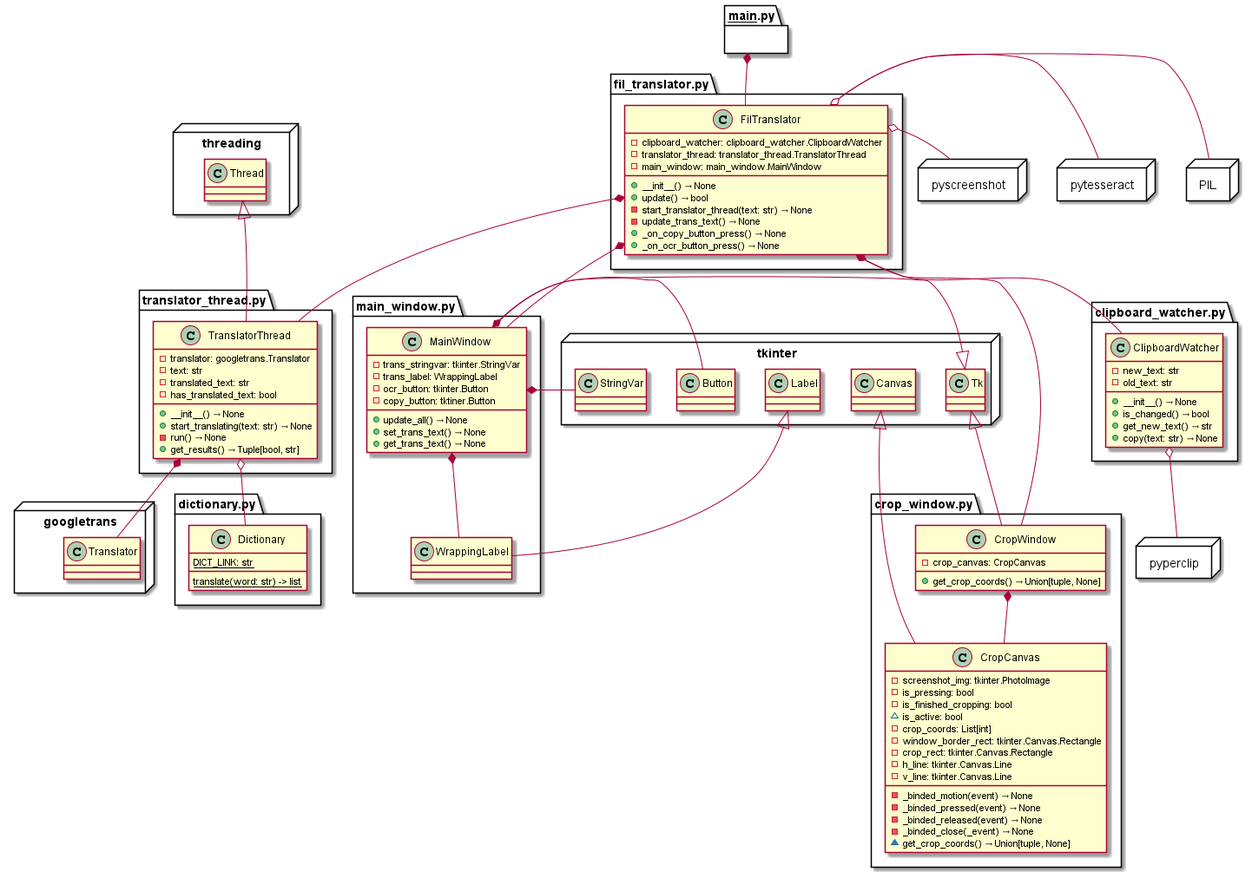
Above: UMLDiagram.png in NoodleSushi/FilTranslator (PlantUML), before the change.
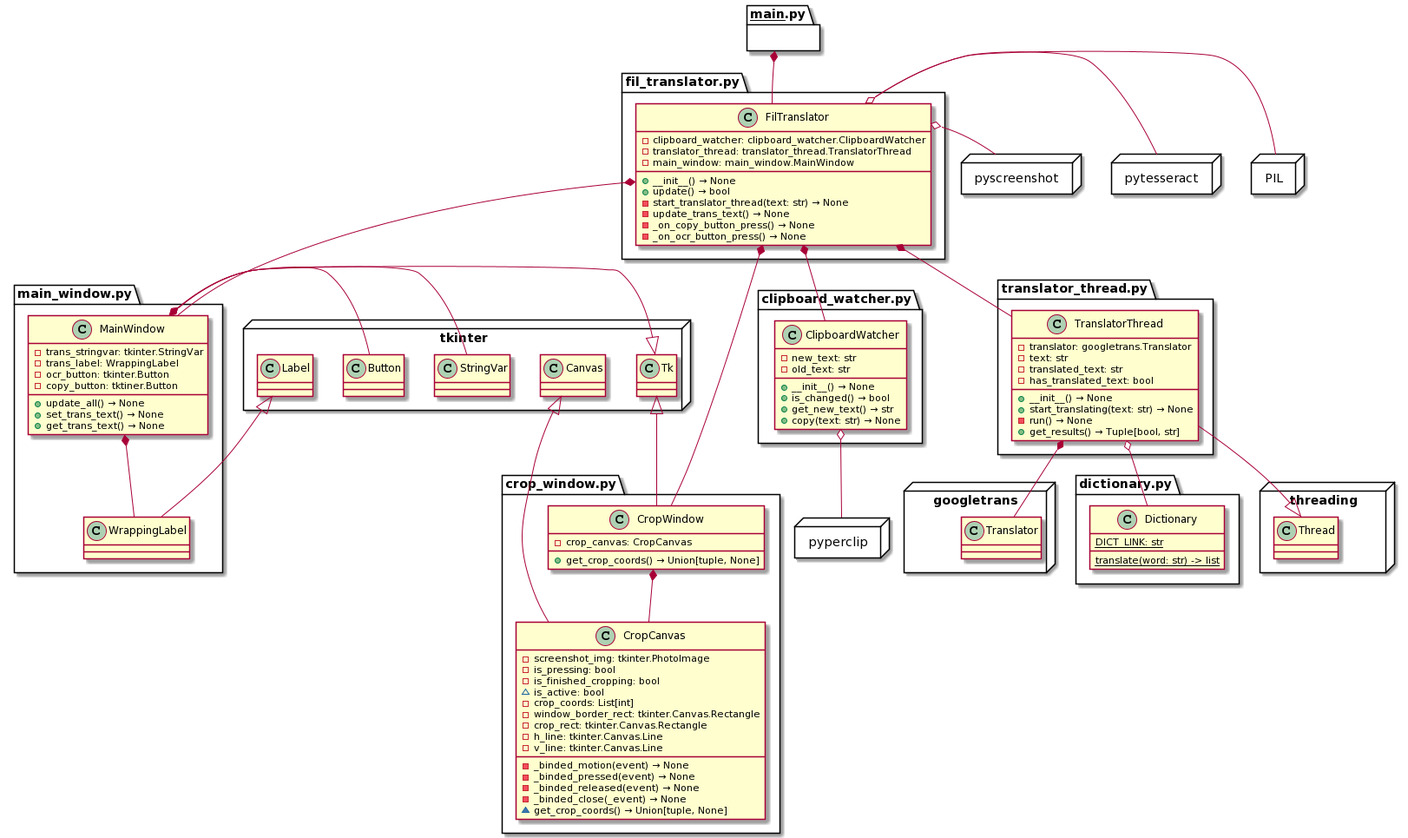
Later version of the same file.

Commit message:
UML Diagram corrections

Diff of the diagram source:
```diff
@@ -1,4 +1,4 @@
-@startuml FilTranslator UML
+@startuml
 set namespaceSeparator ::
 
 package threading <<Node>>{
@@ -41,8 +41,8 @@
     + update() → bool
     - start_translator_thread(text: str) → None
     - update_trans_text() → None
-    + _on_copy_button_press() → None
-    + _on_ocr_button_press() → None
+    - _on_copy_button_press() → None
+    - _on_ocr_button_press() → None
 }
 fil_translator.py::FilTranslator -[hidden]> pyscreenshot
 fil_translator.py::FilTranslator -[hidden]> pytesseract
@@ -85,7 +85,7 @@
         - screenshot_img: tkinter.PhotoImage
         - is_pressing: bool
         - is_finished_cropping: bool
-        ~ is_active: bool
+       ~ is_active: bool
         - crop_coords: List[int]
         - window_border_rect: tkinter.Canvas.Rectangle
         - crop_rect: tkinter.Canvas.Rectangle
@@ -124,5 +124,4 @@
     MainWindow *-- tkinter::StringVar
     MainWindow *-- tkinter::Button
 }
-
 @enduml
```
